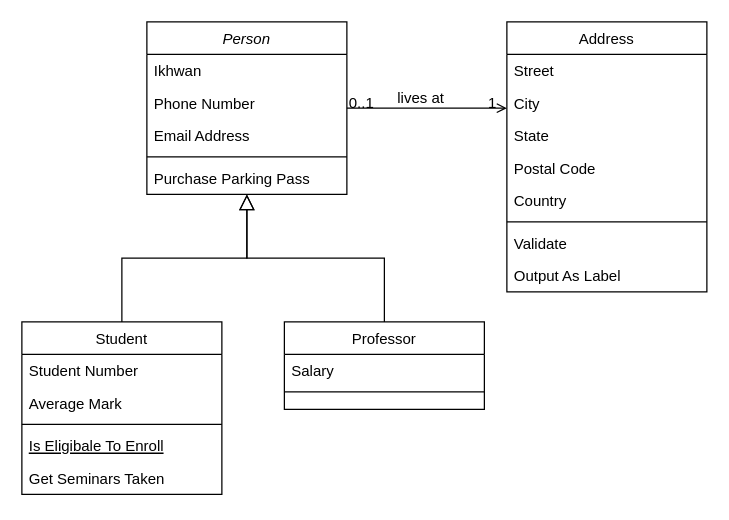
The draw.io diagram Untitled Diagram.drawio in nikhwanbs/bestofme, before the edit. Source tidied: cells renumbered, new cells numbered last; positions are measured from the earlier drawing's top-left corner, leaving out a move shared by most shapes. Both pictures are drawn from the tidied source at 125%, with x=0, y=0 at pixel (21, 21).
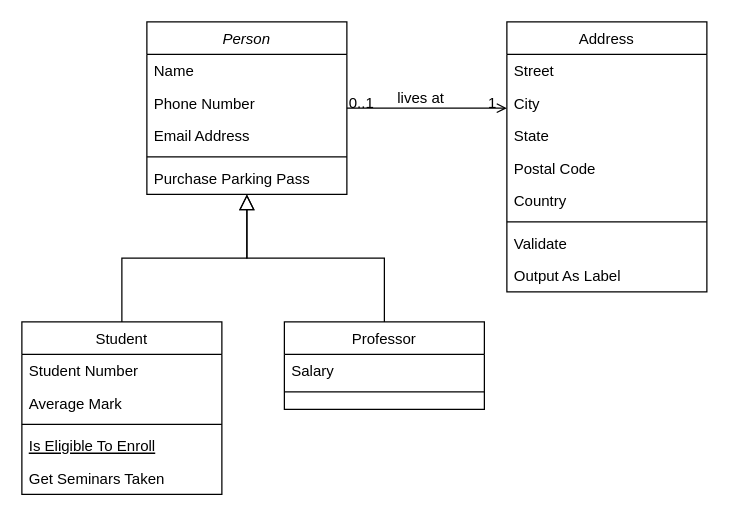
The same page after the edit.

The change refers to these unchanged cells:
```xml
<mxCell id="2" value="Person" style="swimlane;fontStyle=2;align=center;verticalAlign=top;horizontal=1;startSize=26;rounded=0;shadow=0;strokeWidth=1;" parent="1" vertex="1">
  <mxGeometry x="100" width="160" height="138" as="geometry" />
</mxCell>
<mxCell id="8" value="Student" style="swimlane;fontStyle=0;align=center;verticalAlign=top;horizontal=1;startSize=26;rounded=0;shadow=0;strokeWidth=1;" parent="1" vertex="1">
  <mxGeometry y="240" width="160" height="138" as="geometry" />
</mxCell>
```

Change to the diagram source:
```diff
@@
-    <mxCell id="3" value="Ikhwan" style="text;align=left;verticalAlign=top;spacingLeft=4;spacingRight=4;overflow=hidden;" parent="2" vertex="1">
+    <mxCell id="3" value="Name" style="text;align=left;verticalAlign=top;spacingLeft=4;spacingRight=4;overflow=hidden;" parent="2" vertex="1">
       <mxGeometry y="26" width="160" height="26" as="geometry" />
     </mxCell>
@@
-    <mxCell id="12" value="Is Eligibale To Enroll" style="text;align=left;verticalAlign=top;spacingLeft=4;spacingRight=4;overflow=hidden;fontStyle=4;" parent="8" vertex="1">
+    <mxCell id="12" value="Is Eligible To Enroll" style="text;align=left;verticalAlign=top;spacingLeft=4;spacingRight=4;overflow=hidden;fontStyle=4;" parent="8" vertex="1">
       <mxGeometry y="86" width="160" height="26" as="geometry" />
     </mxCell>
```
